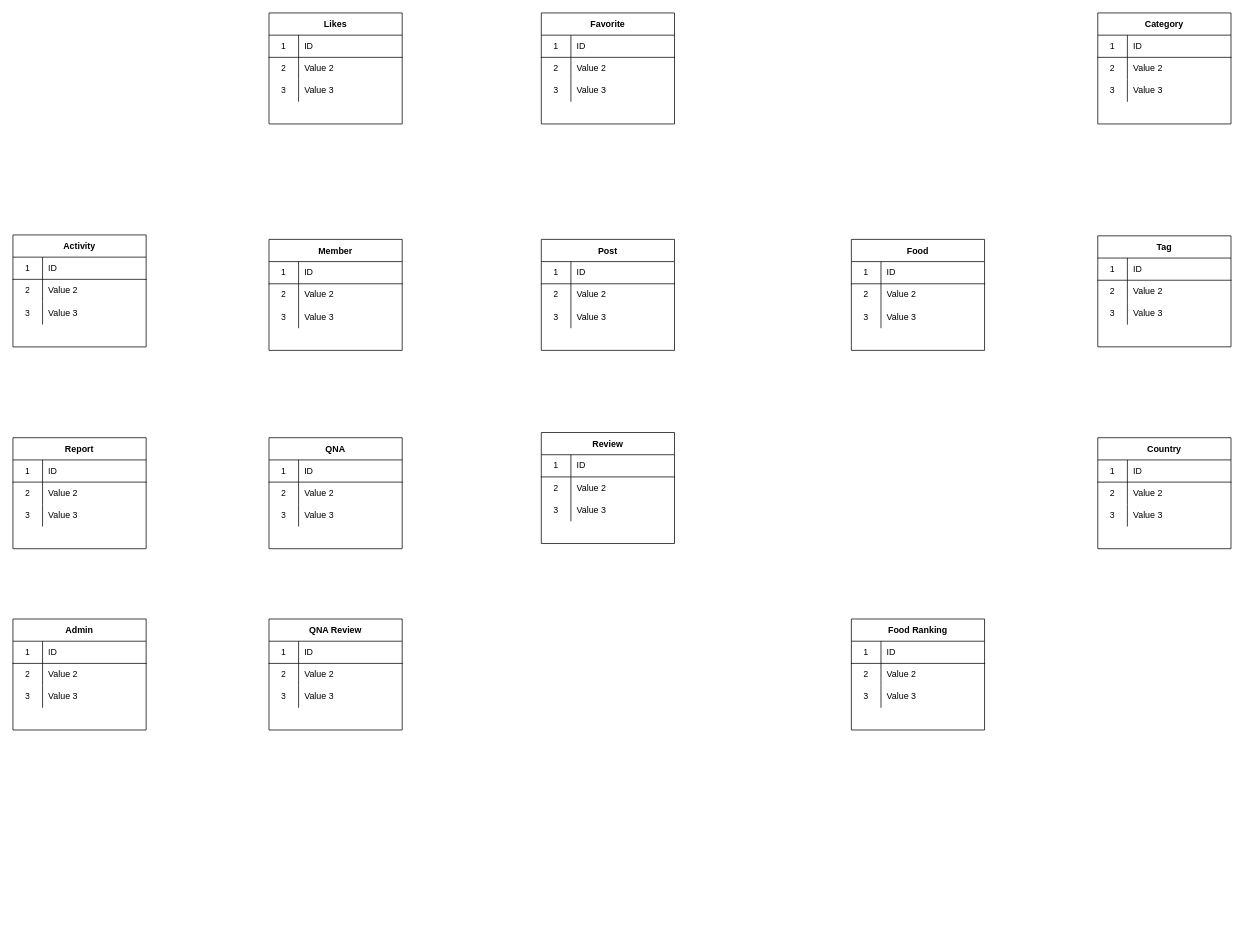
Above: Untitled Diagram.drawio in donghyeon0725/whatShouldIEatToday (draw.io), before the change. Source tidied: cells renumbered, new cells numbered last; positions are measured from the earlier drawing's top-left corner, leaving out a move shared by most shapes. Both pictures are drawn from the tidied source at 74%, with x=0, y=0 at pixel (13, 13).
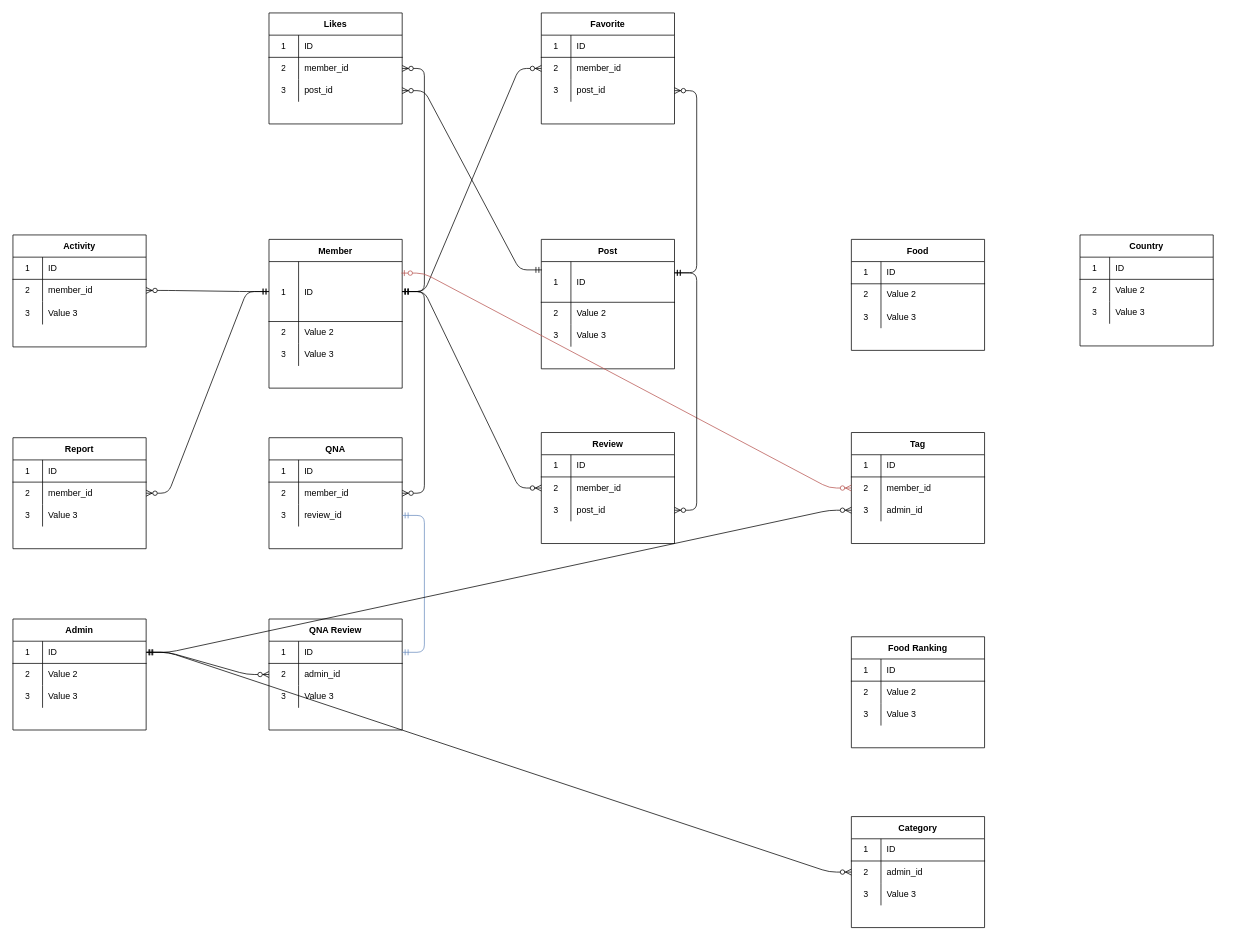
The same diagram, later.

Unchanged cells that the change refers to:
```xml
<mxCell id="13" style="shape=partialRectangle;html=1;whiteSpace=wrap;fillColor=none;top=0;left=0;bottom=1;right=0;points=[[0,0.5],[1,0.5]];portConstraint=eastwest;" parent="12" vertex="1">
  <mxGeometry y="30" width="180" height="30" as="geometry" />
</mxCell>
<mxCell id="26" style="shape=partialRectangle;html=1;whiteSpace=wrap;fillColor=none;top=0;left=0;bottom=0;right=0;points=[[0,0.5],[1,0.5]];portConstraint=eastwest;" parent="22" vertex="1">
  <mxGeometry y="60" width="180" height="30" as="geometry" />
</mxCell>
<mxCell id="29" style="shape=partialRectangle;html=1;whiteSpace=wrap;fillColor=none;top=0;left=0;bottom=0;right=0;points=[[0,0.5],[1,0.5]];portConstraint=eastwest;" parent="22" vertex="1">
  <mxGeometry y="90" width="180" height="30" as="geometry" />
</mxCell>
<mxCell id="36" style="shape=partialRectangle;html=1;whiteSpace=wrap;fillColor=none;top=0;left=0;bottom=0;right=0;points=[[0,0.5],[1,0.5]];portConstraint=eastwest;" parent="32" vertex="1">
  <mxGeometry y="60" width="180" height="30" as="geometry" />
</mxCell>
<mxCell id="39" style="shape=partialRectangle;html=1;whiteSpace=wrap;fillColor=none;top=0;left=0;bottom=0;right=0;points=[[0,0.5],[1,0.5]];portConstraint=eastwest;" parent="32" vertex="1">
  <mxGeometry y="90" width="180" height="30" as="geometry" />
</mxCell>
<mxCell id="43" style="shape=partialRectangle;html=1;whiteSpace=wrap;fillColor=none;top=0;left=0;bottom=1;right=0;points=[[0,0.5],[1,0.5]];portConstraint=eastwest;" parent="42" vertex="1">
  <mxGeometry y="30" width="180" height="30" as="geometry" />
</mxCell>
<mxCell id="46" style="shape=partialRectangle;html=1;whiteSpace=wrap;fillColor=none;top=0;left=0;bottom=0;right=0;points=[[0,0.5],[1,0.5]];portConstraint=eastwest;" parent="42" vertex="1">
  <mxGeometry y="60" width="180" height="30" as="geometry" />
</mxCell>
<mxCell id="56" style="shape=partialRectangle;html=1;whiteSpace=wrap;fillColor=none;top=0;left=0;bottom=0;right=0;points=[[0,0.5],[1,0.5]];portConstraint=eastwest;" parent="52" vertex="1">
  <mxGeometry y="60" width="180" height="30" as="geometry" />
</mxCell>
<mxCell id="66" style="shape=partialRectangle;html=1;whiteSpace=wrap;fillColor=none;top=0;left=0;bottom=0;right=0;points=[[0,0.5],[1,0.5]];portConstraint=eastwest;" parent="62" vertex="1">
  <mxGeometry y="60" width="180" height="30" as="geometry" />
</mxCell>
<mxCell id="76" style="shape=partialRectangle;html=1;whiteSpace=wrap;fillColor=none;top=0;left=0;bottom=0;right=0;points=[[0,0.5],[1,0.5]];portConstraint=eastwest;" parent="72" vertex="1">
  <mxGeometry y="60" width="180" height="30" as="geometry" />
</mxCell>
<mxCell id="79" style="shape=partialRectangle;html=1;whiteSpace=wrap;fillColor=none;top=0;left=0;bottom=0;right=0;points=[[0,0.5],[1,0.5]];portConstraint=eastwest;" parent="72" vertex="1">
  <mxGeometry y="90" width="180" height="30" as="geometry" />
</mxCell>
<mxCell id="86" style="shape=partialRectangle;html=1;whiteSpace=wrap;fillColor=none;top=0;left=0;bottom=0;right=0;points=[[0,0.5],[1,0.5]];portConstraint=eastwest;" parent="82" vertex="1">
  <mxGeometry y="60" width="180" height="30" as="geometry" />
</mxCell>
<mxCell id="89" style="shape=partialRectangle;html=1;whiteSpace=wrap;fillColor=none;top=0;left=0;bottom=0;right=0;points=[[0,0.5],[1,0.5]];portConstraint=eastwest;" parent="82" vertex="1">
  <mxGeometry y="90" width="180" height="30" as="geometry" />
</mxCell>
<mxCell id="92" value="Favorite" style="shape=table;startSize=30;childLayout=tableLayout;rowLines=0;fontStyle=1;align=center;" parent="1" vertex="1">
  <mxGeometry x="714" width="180" height="150" as="geometry" />
</mxCell>
<mxCell id="96" style="shape=partialRectangle;html=1;whiteSpace=wrap;fillColor=none;top=0;left=0;bottom=0;right=0;" parent="92" vertex="1">
  <mxGeometry y="60" width="180" height="30" as="geometry" />
</mxCell>
<mxCell id="99" style="shape=partialRectangle;html=1;whiteSpace=wrap;fillColor=none;top=0;left=0;bottom=0;right=0;points=[[0,0.5],[1,0.5]];portConstraint=eastwest;" parent="92" vertex="1">
  <mxGeometry y="90" width="180" height="30" as="geometry" />
</mxCell>
<mxCell id="136" style="shape=partialRectangle;html=1;whiteSpace=wrap;fillColor=none;top=0;left=0;bottom=0;right=0;points=[[0,0.5],[1,0.5]];portConstraint=eastwest;" parent="132" vertex="1">
  <mxGeometry y="60" width="180" height="30" as="geometry" />
</mxCell>
```

The edit, as a diff of the source:
```diff
@@
     <mxCell id="2" value="Member" style="shape=table;startSize=30;childLayout=tableLayout;rowLines=0;fontStyle=1;align=center;" parent="1" vertex="1">
-      <mxGeometry x="346" y="306" width="180" height="150" as="geometry" />
+      <mxGeometry x="346" y="306" width="180" height="201" as="geometry" />
     </mxCell>
     <mxCell id="3" style="shape=partialRectangle;html=1;whiteSpace=wrap;fillColor=none;top=0;left=0;bottom=1;right=0;points=[[0,0.5],[1,0.5]];portConstraint=eastwest;" parent="2" vertex="1">
-      <mxGeometry y="30" width="180" height="30" as="geometry" />
+      <mxGeometry y="30" width="180" height="81" as="geometry" />
     </mxCell>
     <mxCell id="4" value="1" style="shape=partialRectangle;html=1;whiteSpace=wrap;fillColor=none;top=0;left=0;bottom=0;right=0;overflow=hidden;" parent="3" vertex="1">
-      <mxGeometry width="40" height="30" as="geometry" />
+      <mxGeometry width="40" height="81" as="geometry" />
     </mxCell>
     <mxCell id="5" value="ID" style="shape=partialRectangle;html=1;whiteSpace=wrap;fillColor=none;top=0;left=0;bottom=0;right=0;align=left;spacingLeft=6;overflow=hidden;" parent="3" vertex="1">
-      <mxGeometry x="40" width="140" height="30" as="geometry" />
+      <mxGeometry x="40" width="140" height="81" as="geometry" />
     </mxCell>
     <mxCell id="6" style="shape=partialRectangle;html=1;whiteSpace=wrap;fillColor=none;top=0;left=0;bottom=0;right=0;" parent="2" vertex="1">
-      <mxGeometry y="60" width="180" height="30" as="geometry" />
+      <mxGeometry y="111" width="180" height="30" as="geometry" />
     </mxCell>
@@
     <mxCell id="9" style="shape=partialRectangle;html=1;whiteSpace=wrap;fillColor=none;top=0;left=0;bottom=0;right=0;" parent="2" vertex="1">
-      <mxGeometry y="90" width="180" height="30" as="geometry" />
+      <mxGeometry y="141" width="180" height="30" as="geometry" />
     </mxCell>
@@
-    <mxCell id="28" value="Value 2" style="shape=partialRectangle;html=1;whiteSpace=wrap;fillColor=none;top=0;left=0;bottom=0;right=0;align=left;spacingLeft=6;overflow=hidden;" parent="26" vertex="1">
+    <mxCell id="28" value="member_id" style="shape=partialRectangle;html=1;whiteSpace=wrap;fillColor=none;top=0;left=0;bottom=0;right=0;align=left;spacingLeft=6;overflow=hidden;" parent="26" vertex="1">
       <mxGeometry x="40" width="140" height="30" as="geometry" />
     </mxCell>
@@
-    <mxCell id="31" value="Value 3" style="shape=partialRectangle;html=1;whiteSpace=wrap;fillColor=none;top=0;left=0;bottom=0;right=0;align=left;spacingLeft=6;overflow=hidden;" parent="29" vertex="1">
+    <mxCell id="31" value="post_id" style="shape=partialRectangle;html=1;whiteSpace=wrap;fillColor=none;top=0;left=0;bottom=0;right=0;align=left;spacingLeft=6;overflow=hidden;" parent="29" vertex="1">
       <mxGeometry x="40" width="140" height="30" as="geometry" />
     </mxCell>
@@
-    <mxCell id="38" value="Value 2" style="shape=partialRectangle;html=1;whiteSpace=wrap;fillColor=none;top=0;left=0;bottom=0;right=0;align=left;spacingLeft=6;overflow=hidden;" parent="36" vertex="1">
+    <mxCell id="38" value="member_id" style="shape=partialRectangle;html=1;whiteSpace=wrap;fillColor=none;top=0;left=0;bottom=0;right=0;align=left;spacingLeft=6;overflow=hidden;" parent="36" vertex="1">
       <mxGeometry x="40" width="140" height="30" as="geometry" />
     </mxCell>
@@
-    <mxCell id="41" value="Value 3" style="shape=partialRectangle;html=1;whiteSpace=wrap;fillColor=none;top=0;left=0;bottom=0;right=0;align=left;spacingLeft=6;overflow=hidden;" parent="39" vertex="1">
+    <mxCell id="41" value="review_id" style="shape=partialRectangle;html=1;whiteSpace=wrap;fillColor=none;top=0;left=0;bottom=0;right=0;align=left;spacingLeft=6;overflow=hidden;" parent="39" vertex="1">
       <mxGeometry x="40" width="140" height="30" as="geometry" />
     </mxCell>
@@
-    <mxCell id="48" value="Value 2" style="shape=partialRectangle;html=1;whiteSpace=wrap;fillColor=none;top=0;left=0;bottom=0;right=0;align=left;spacingLeft=6;overflow=hidden;" parent="46" vertex="1">
+    <mxCell id="48" value="admin_id" style="shape=partialRectangle;html=1;whiteSpace=wrap;fillColor=none;top=0;left=0;bottom=0;right=0;align=left;spacingLeft=6;overflow=hidden;" parent="46" vertex="1">
       <mxGeometry x="40" width="140" height="30" as="geometry" />
     </mxCell>
@@
-    <mxCell id="58" value="Value 2" style="shape=partialRectangle;html=1;whiteSpace=wrap;fillColor=none;top=0;left=0;bottom=0;right=0;align=left;spacingLeft=6;overflow=hidden;" parent="56" vertex="1">
+    <mxCell id="58" value="member_id" style="shape=partialRectangle;html=1;whiteSpace=wrap;fillColor=none;top=0;left=0;bottom=0;right=0;align=left;spacingLeft=6;overflow=hidden;" parent="56" vertex="1">
       <mxGeometry x="40" width="140" height="30" as="geometry" />
     </mxCell>
@@
     <mxCell id="62" value="Category" style="shape=table;startSize=30;childLayout=tableLayout;rowLines=0;fontStyle=1;align=center;" parent="1" vertex="1">
-      <mxGeometry x="1466" width="180" height="150" as="geometry" />
+      <mxGeometry x="1133" y="1086" width="180" height="150" as="geometry" />
     </mxCell>
@@
-    <mxCell id="68" value="Value 2" style="shape=partialRectangle;html=1;whiteSpace=wrap;fillColor=none;top=0;left=0;bottom=0;right=0;align=left;spacingLeft=6;overflow=hidden;" parent="66" vertex="1">
+    <mxCell id="68" value="admin_id" style="shape=partialRectangle;html=1;whiteSpace=wrap;fillColor=none;top=0;left=0;bottom=0;right=0;align=left;spacingLeft=6;overflow=hidden;" parent="66" vertex="1">
       <mxGeometry x="40" width="140" height="30" as="geometry" />
     </mxCell>
@@
-    <mxCell id="78" value="Value 2" style="shape=partialRectangle;html=1;whiteSpace=wrap;fillColor=none;top=0;left=0;bottom=0;right=0;align=left;spacingLeft=6;overflow=hidden;" parent="76" vertex="1">
+    <mxCell id="78" value="member_id" style="shape=partialRectangle;html=1;whiteSpace=wrap;fillColor=none;top=0;left=0;bottom=0;right=0;align=left;spacingLeft=6;overflow=hidden;" parent="76" vertex="1">
       <mxGeometry x="40" width="140" height="30" as="geometry" />
     </mxCell>
@@
-    <mxCell id="81" value="Value 3" style="shape=partialRectangle;html=1;whiteSpace=wrap;fillColor=none;top=0;left=0;bottom=0;right=0;align=left;spacingLeft=6;overflow=hidden;" parent="79" vertex="1">
+    <mxCell id="81" value="post_id" style="shape=partialRectangle;html=1;whiteSpace=wrap;fillColor=none;top=0;left=0;bottom=0;right=0;align=left;spacingLeft=6;overflow=hidden;" parent="79" vertex="1">
       <mxGeometry x="40" width="140" height="30" as="geometry" />
     </mxCell>
     <mxCell id="82" value="Tag" style="shape=table;startSize=30;childLayout=tableLayout;rowLines=0;fontStyle=1;align=center;" parent="1" vertex="1">
-      <mxGeometry x="1466" y="301.2" width="180" height="150" as="geometry" />
+      <mxGeometry x="1133" y="567" width="180" height="150" as="geometry" />
     </mxCell>
@@
-    <mxCell id="88" value="Value 2" style="shape=partialRectangle;html=1;whiteSpace=wrap;fillColor=none;top=0;left=0;bottom=0;right=0;align=left;spacingLeft=6;overflow=hidden;" parent="86" vertex="1">
+    <mxCell id="88" value="member_id" style="shape=partialRectangle;html=1;whiteSpace=wrap;fillColor=none;top=0;left=0;bottom=0;right=0;align=left;spacingLeft=6;overflow=hidden;" parent="86" vertex="1">
       <mxGeometry x="40" width="140" height="30" as="geometry" />
     </mxCell>
@@
-    <mxCell id="91" value="Value 3" style="shape=partialRectangle;html=1;whiteSpace=wrap;fillColor=none;top=0;left=0;bottom=0;right=0;align=left;spacingLeft=6;overflow=hidden;" parent="89" vertex="1">
+    <mxCell id="91" value="admin_id" style="shape=partialRectangle;html=1;whiteSpace=wrap;fillColor=none;top=0;left=0;bottom=0;right=0;align=left;spacingLeft=6;overflow=hidden;" parent="89" vertex="1">
       <mxGeometry x="40" width="140" height="30" as="geometry" />
     </mxCell>
@@
-    <mxCell id="98" value="Value 2" style="shape=partialRectangle;html=1;whiteSpace=wrap;fillColor=none;top=0;left=0;bottom=0;right=0;align=left;spacingLeft=6;overflow=hidden;" parent="96" vertex="1">
+    <mxCell id="98" value="member_id" style="shape=partialRectangle;html=1;whiteSpace=wrap;fillColor=none;top=0;left=0;bottom=0;right=0;align=left;spacingLeft=6;overflow=hidden;" parent="96" vertex="1">
       <mxGeometry x="40" width="140" height="30" as="geometry" />
     </mxCell>
@@
-    <mxCell id="101" value="Value 3" style="shape=partialRectangle;html=1;whiteSpace=wrap;fillColor=none;top=0;left=0;bottom=0;right=0;align=left;spacingLeft=6;overflow=hidden;" parent="99" vertex="1">
+    <mxCell id="101" value="post_id" style="shape=partialRectangle;html=1;whiteSpace=wrap;fillColor=none;top=0;left=0;bottom=0;right=0;align=left;spacingLeft=6;overflow=hidden;" parent="99" vertex="1">
       <mxGeometry x="40" width="140" height="30" as="geometry" />
     </mxCell>
     <mxCell id="102" value="Country" style="shape=table;startSize=30;childLayout=tableLayout;rowLines=0;fontStyle=1;align=center;" parent="1" vertex="1">
-      <mxGeometry x="1466" y="574" width="180" height="150" as="geometry" />
+      <mxGeometry x="1442" y="300" width="180" height="150" as="geometry" />
     </mxCell>
@@
     <mxCell id="112" value="Post" style="shape=table;startSize=30;childLayout=tableLayout;rowLines=0;fontStyle=1;align=center;" parent="1" vertex="1">
-      <mxGeometry x="714" y="306" width="180" height="150" as="geometry" />
+      <mxGeometry x="714" y="306" width="180" height="174.9" as="geometry" />
     </mxCell>
     <mxCell id="113" style="shape=partialRectangle;html=1;whiteSpace=wrap;fillColor=none;top=0;left=0;bottom=1;right=0;points=[[0,0.5],[1,0.5]];portConstraint=eastwest;" parent="112" vertex="1">
-      <mxGeometry y="30" width="180" height="30" as="geometry" />
+      <mxGeometry y="30" width="180" height="55" as="geometry" />
     </mxCell>
     <mxCell id="114" value="1" style="shape=partialRectangle;html=1;whiteSpace=wrap;fillColor=none;top=0;left=0;bottom=0;right=0;overflow=hidden;" parent="113" vertex="1">
-      <mxGeometry width="40" height="30" as="geometry" />
+      <mxGeometry width="40" height="55" as="geometry" />
     </mxCell>
     <mxCell id="115" value="ID" style="shape=partialRectangle;html=1;whiteSpace=wrap;fillColor=none;top=0;left=0;bottom=0;right=0;align=left;spacingLeft=6;overflow=hidden;" parent="113" vertex="1">
-      <mxGeometry x="40" width="140" height="30" as="geometry" />
+      <mxGeometry x="40" width="140" height="55" as="geometry" />
     </mxCell>
     <mxCell id="116" style="shape=partialRectangle;html=1;whiteSpace=wrap;fillColor=none;top=0;left=0;bottom=0;right=0;" parent="112" vertex="1">
-      <mxGeometry y="60" width="180" height="30" as="geometry" />
+      <mxGeometry y="85" width="180" height="30" as="geometry" />
     </mxCell>
@@
     <mxCell id="119" style="shape=partialRectangle;html=1;whiteSpace=wrap;fillColor=none;top=0;left=0;bottom=0;right=0;" parent="112" vertex="1">
-      <mxGeometry y="90" width="180" height="30" as="geometry" />
+      <mxGeometry y="115" width="180" height="30" as="geometry" />
     </mxCell>
@@
     <mxCell id="122" value="Food Ranking" style="shape=table;startSize=30;childLayout=tableLayout;rowLines=0;fontStyle=1;align=center;" parent="1" vertex="1">
-      <mxGeometry x="1133" y="819" width="180" height="150" as="geometry" />
+      <mxGeometry x="1133" y="843" width="180" height="150" as="geometry" />
     </mxCell>
@@
-    <mxCell id="138" value="Value 2" style="shape=partialRectangle;html=1;whiteSpace=wrap;fillColor=none;top=0;left=0;bottom=0;right=0;align=left;spacingLeft=6;overflow=hidden;" parent="136" vertex="1">
+    <mxCell id="138" value="member_id" style="shape=partialRectangle;html=1;whiteSpace=wrap;fillColor=none;top=0;left=0;bottom=0;right=0;align=left;spacingLeft=6;overflow=hidden;" parent="136" vertex="1">
       <mxGeometry x="40" width="140" height="30" as="geometry" />
     </mxCell>
@@
+    <mxCell id="152" style="edgeStyle=entityRelationEdgeStyle;fontSize=12;html=1;endArrow=ERzeroToMany;startArrow=ERmandOne;exitX=1;exitY=0.5;exitDx=0;exitDy=0;" parent="1" edge="1" source="3" target="92">
+      <mxGeometry relative="1" as="geometry" />
+    </mxCell>
+    <mxCell id="153" style="edgeStyle=entityRelationEdgeStyle;fontSize=12;html=1;endArrow=ERzeroToMany;startArrow=ERmandOne;exitX=0;exitY=0.5;exitDx=0;exitDy=0;" parent="1" edge="1" source="3" target="136">
+      <mxGeometry relative="1" as="geometry" />
+    </mxCell>
+    <mxCell id="154" style="edgeStyle=entityRelationEdgeStyle;fontSize=12;html=1;endArrow=ERzeroToMany;startArrow=ERmandOne;entryX=1;entryY=0.5;entryDx=0;entryDy=0;" parent="1" edge="1" source="3" target="36">
+      <mxGeometry relative="1" as="geometry" />
+    </mxCell>
+    <mxCell id="155" style="edgeStyle=entityRelationEdgeStyle;fontSize=12;html=1;endArrow=ERzeroToMany;startArrow=ERmandOne;" parent="1" edge="1" source="3" target="26">
+      <mxGeometry relative="1" as="geometry" />
+    </mxCell>
+    <mxCell id="156" style="edgeStyle=entityRelationEdgeStyle;fontSize=12;html=1;endArrow=ERzeroToMany;startArrow=ERmandOne;" parent="1" edge="1" source="3" target="76">
+      <mxGeometry relative="1" as="geometry" />
+    </mxCell>
+    <mxCell id="157" style="edgeStyle=entityRelationEdgeStyle;fontSize=12;html=1;endArrow=ERzeroToMany;startArrow=ERmandOne;exitX=0;exitY=0.5;exitDx=0;exitDy=0;" parent="1" edge="1" source="3" target="56">
+      <mxGeometry relative="1" as="geometry" />
+    </mxCell>
+    <mxCell id="158" style="edgeStyle=entityRelationEdgeStyle;fontSize=12;html=1;endArrow=ERzeroToMany;startArrow=ERzeroToOne;exitX=0.994;exitY=0.192;exitDx=0;exitDy=0;exitPerimeter=0;fillColor=#f8cecc;strokeColor=#b85450;" parent="1" edge="1" source="3" target="86">
+      <mxGeometry relative="1" as="geometry" />
+    </mxCell>
+    <mxCell id="159" style="edgeStyle=entityRelationEdgeStyle;fontSize=12;html=1;endArrow=ERzeroToMany;startArrow=ERmandOne;entryX=1;entryY=0.5;entryDx=0;entryDy=0;exitX=1;exitY=0.273;exitDx=0;exitDy=0;exitPerimeter=0;" parent="1" edge="1" source="113" target="99">
+      <mxGeometry relative="1" as="geometry" />
+    </mxCell>
+    <mxCell id="160" style="edgeStyle=entityRelationEdgeStyle;fontSize=12;html=1;endArrow=ERzeroToMany;startArrow=ERmandOne;exitX=0.004;exitY=0.204;exitDx=0;exitDy=0;exitPerimeter=0;" parent="1" edge="1" source="113" target="79">
+      <mxGeometry relative="1" as="geometry" />
+    </mxCell>
+    <mxCell id="161" style="edgeStyle=entityRelationEdgeStyle;fontSize=12;html=1;endArrow=ERzeroToMany;startArrow=ERmandOne;exitX=0.998;exitY=0.279;exitDx=0;exitDy=0;exitPerimeter=0;" parent="1" edge="1" source="113" target="29">
+      <mxGeometry relative="1" as="geometry" />
+    </mxCell>
+    <mxCell id="162" style="edgeStyle=entityRelationEdgeStyle;fontSize=12;html=1;endArrow=ERmandOne;startArrow=ERmandOne;fontStyle=4;exitX=1;exitY=0.5;exitDx=0;exitDy=0;fillColor=#dae8fc;strokeColor=#6c8ebf;" parent="1" edge="1" source="43" target="39">
+      <mxGeometry relative="1" as="geometry" />
+    </mxCell>
+    <mxCell id="163" style="edgeStyle=entityRelationEdgeStyle;fontSize=12;html=1;endArrow=ERzeroToMany;startArrow=ERmandOne;exitX=1;exitY=0.5;exitDx=0;exitDy=0;" parent="1" edge="1" source="13" target="46">
+      <mxGeometry relative="1" as="geometry" />
+    </mxCell>
+    <mxCell id="164" style="edgeStyle=entityRelationEdgeStyle;fontSize=12;html=1;endArrow=ERzeroToMany;startArrow=ERmandOne;exitX=1;exitY=0.5;exitDx=0;exitDy=0;" parent="1" edge="1" source="13" target="66">
+      <mxGeometry relative="1" as="geometry" />
+    </mxCell>
+    <mxCell id="165" style="edgeStyle=entityRelationEdgeStyle;fontSize=12;html=1;endArrow=ERzeroToMany;startArrow=ERmandOne;" parent="1" edge="1" target="89">
+      <mxGeometry relative="1" as="geometry">
+        <mxPoint x="181" y="864" as="sourcePoint" />
+      </mxGeometry>
+    </mxCell>
```
